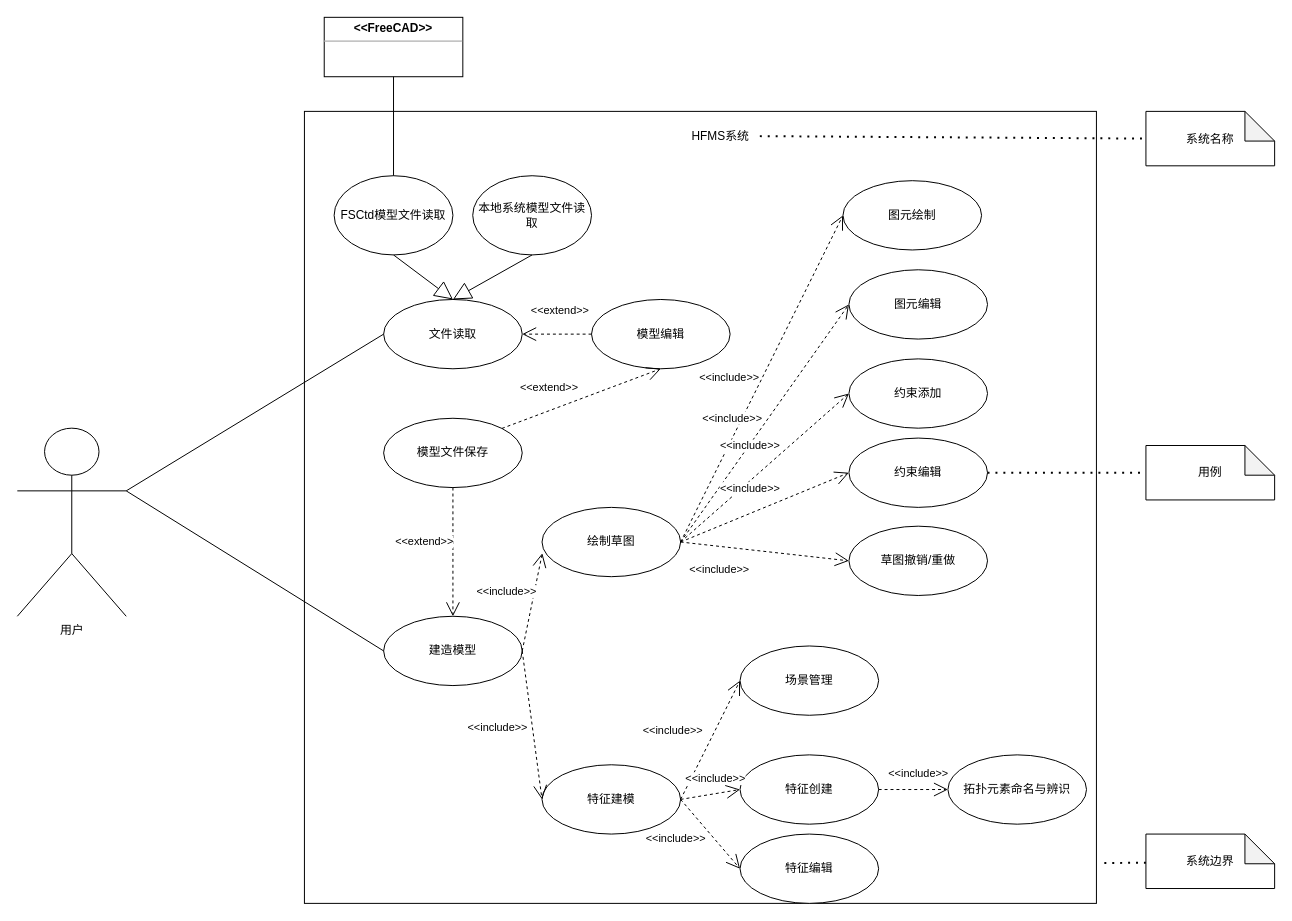
Above: 用例图.drawio in liuhuliuhu123/First-test (draw.io), before the change. Source tidied: cells renumbered, new cells numbered last; positions are measured from the earlier drawing's top-left corner, leaving out a move shared by most shapes. Both pictures are drawn from the tidied source at 99%, with x=0, y=0 at pixel (17, 17).
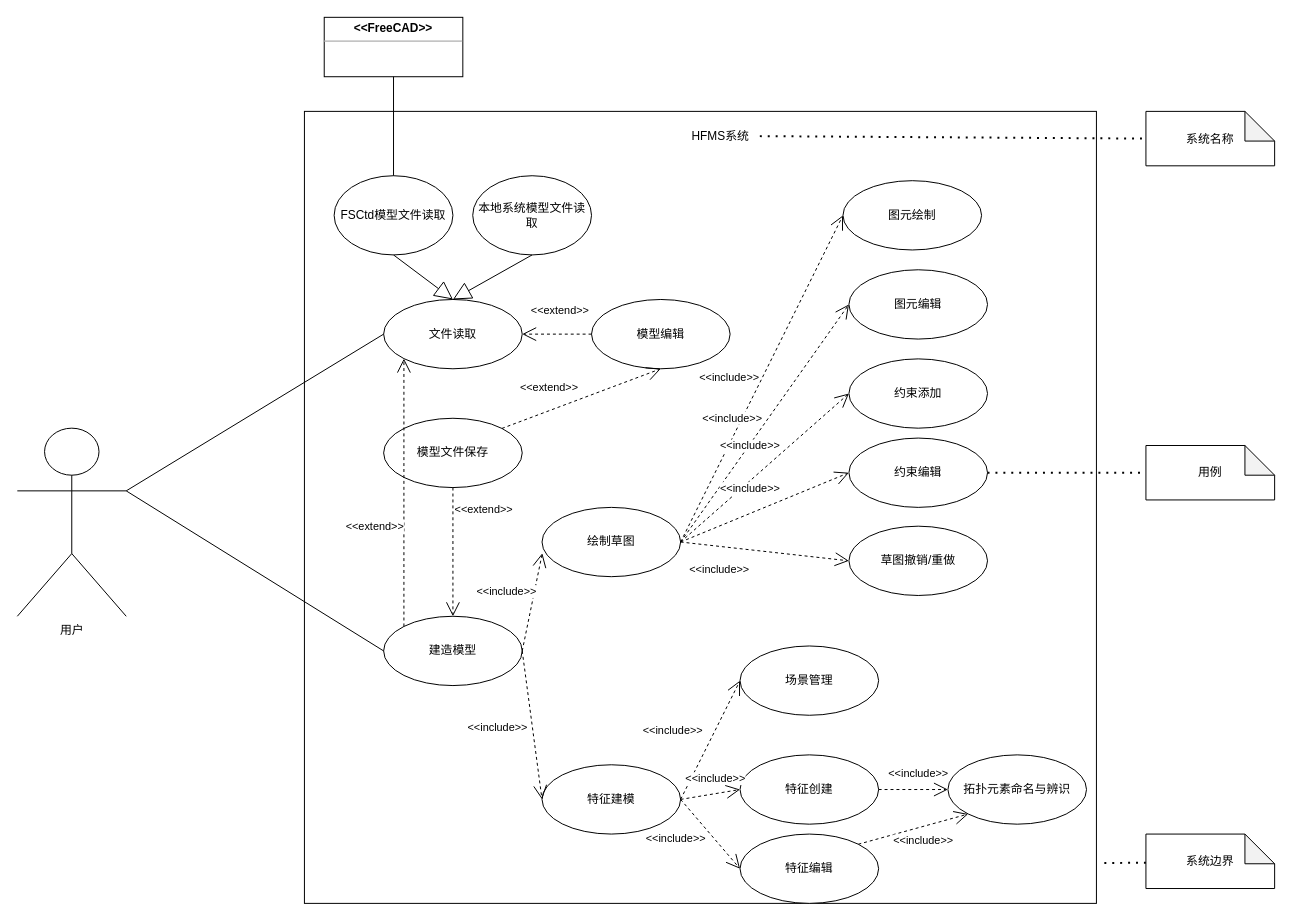
The same diagram, later.

Commit message:
更新用例图.drawio

The change refers to these unchanged cells:
```xml
<mxCell id="6" value="文件读取" style="ellipse;whiteSpace=wrap;html=1;" parent="1" vertex="1">
  <mxGeometry x="370" y="285" width="140" height="70" as="geometry" />
</mxCell>
<mxCell id="11" value="建造模型" style="ellipse;whiteSpace=wrap;html=1;" parent="1" vertex="1">
  <mxGeometry x="370" y="605" width="140" height="70" as="geometry" />
</mxCell>
<mxCell id="18" style="endArrow=open;endFill=1;endSize=12;html=1;rounded=0;exitX=0.5;exitY=1;exitDx=0;exitDy=0;dashed=1;" parent="1" edge="1" source="15" target="11">
  <mxGeometry relative="1" as="geometry" />
</mxCell>
<mxCell id="22" value="特征编辑" style="ellipse;whiteSpace=wrap;html=1;" parent="1" vertex="1">
  <mxGeometry x="730" y="825" width="140" height="70" as="geometry" />
</mxCell>
<mxCell id="58" value="拓扑元素命名与辨识" style="ellipse;whiteSpace=wrap;html=1;" parent="1" vertex="1">
  <mxGeometry x="940" y="745" width="140" height="70" as="geometry" />
</mxCell>
```

Diff of the diagram source:
```diff
@@
     <mxCell id="19" value="&amp;lt;&amp;lt;extend&amp;gt;&amp;gt;" style="edgeLabel;html=1;align=center;verticalAlign=middle;" parent="18" vertex="1">
       <mxGeometry x="-0.31" y="-2" relative="1" as="geometry">
-        <mxPoint x="-28" y="9" as="offset" />
+        <mxPoint x="32" y="-24" as="offset" />
       </mxGeometry>
     </mxCell>
@@
+    <mxCell id="62" style="endArrow=open;endFill=1;endSize=12;html=1;rounded=0;exitX=0;exitY=0;exitDx=0;exitDy=0;entryX=0;entryY=1;entryDx=0;entryDy=0;dashed=1;" parent="1" edge="1" source="11" target="6">
+      <mxGeometry relative="1" as="geometry" />
+    </mxCell>
+    <mxCell id="63" value="&amp;lt;&amp;lt;extend&amp;gt;&amp;gt;" style="edgeLabel;html=1;align=center;verticalAlign=middle;" parent="62" vertex="1">
+      <mxGeometry x="-0.31" y="-2" relative="1" as="geometry">
+        <mxPoint x="-32" y="-9" as="offset" />
+      </mxGeometry>
+    </mxCell>
+    <mxCell id="64" style="endArrow=open;endFill=1;endSize=12;html=1;rounded=0;dashed=1;exitX=1;exitY=0;exitDx=0;exitDy=0;entryX=0;entryY=1;entryDx=0;entryDy=0;" parent="1" edge="1" source="22" target="58">
+      <mxGeometry relative="1" as="geometry" />
+    </mxCell>
+    <mxCell id="65" value="&amp;lt;&amp;lt;include&amp;gt;&amp;gt;" style="edgeLabel;html=1;align=center;verticalAlign=middle;" parent="64" vertex="1">
+      <mxGeometry x="-0.09" y="2" relative="1" as="geometry">
+        <mxPoint x="15" y="12" as="offset" />
+      </mxGeometry>
+    </mxCell>
```
